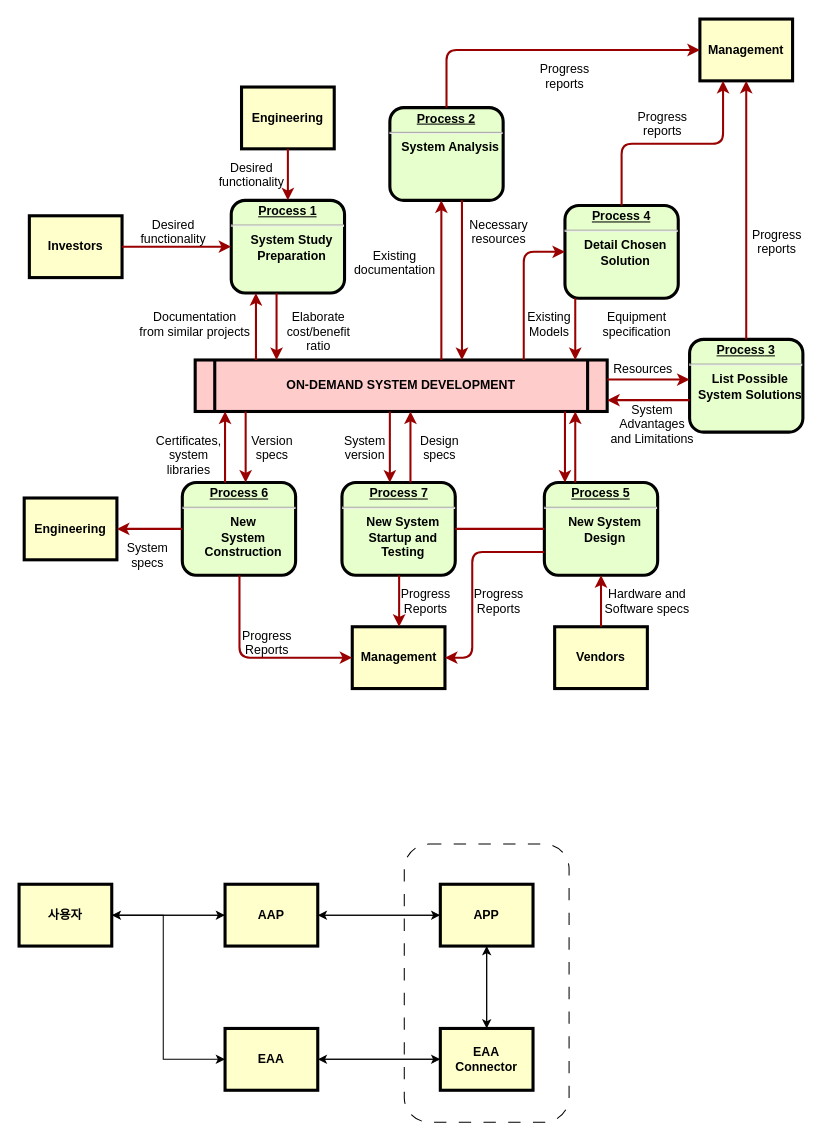
Above: giosis.drawio in hanj0415/draw.io (draw.io), before the change. Source tidied: cells renumbered, new cells numbered last; positions are measured from the earlier drawing's top-left corner, leaving out a move shared by most shapes. Both pictures are drawn from the tidied source at 103%, with x=0, y=0 at pixel (19, 19).
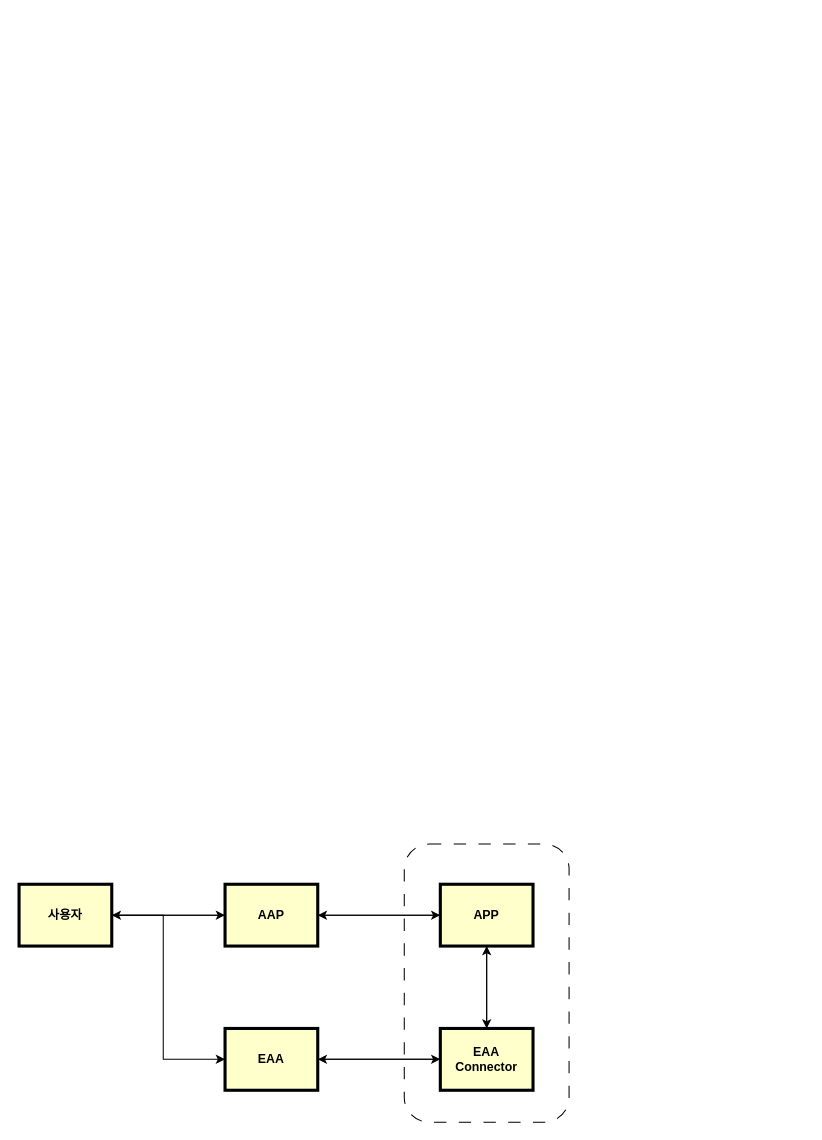
The same diagram, later.

Diff of the diagram source:
```diff
@@
-    <mxCell id="3" value="&lt;p style=&quot;margin: 0px; margin-top: 4px; text-align: center; text-decoration: underline;&quot;&gt;&lt;strong&gt;Process 1&lt;br /&gt;&lt;/strong&gt;&lt;/p&gt;&lt;hr /&gt;&lt;p style=&quot;margin: 0px; margin-left: 8px;&quot;&gt;System Study&lt;/p&gt;&lt;p style=&quot;margin: 0px; margin-left: 8px;&quot;&gt;Preparation&lt;/p&gt;" style="verticalAlign=middle;align=center;overflow=fill;fontSize=12;fontFamily=Helvetica;html=1;rounded=1;fontStyle=1;strokeWidth=3;fillColor=#E6FFCC;" parent="1" vertex="1">
-      <mxGeometry x="206" y="176" width="110" height="90" as="geometry" />
-    </mxCell>
-    <mxCell id="4" value="Engineering" style="whiteSpace=wrap;align=center;verticalAlign=middle;fontStyle=1;strokeWidth=3;fillColor=#FFFFCC;" parent="1" vertex="1">
-      <mxGeometry x="216" y="66" width="90" height="60" as="geometry" />
-    </mxCell>
-    <mxCell id="5" value="Investors" style="whiteSpace=wrap;align=center;verticalAlign=middle;fontStyle=1;strokeWidth=3;fillColor=#FFFFCC;" parent="1" vertex="1">
-      <mxGeometry x="10" y="191" width="90" height="60" as="geometry" />
-    </mxCell>
-    <mxCell id="6" value="ON-DEMAND SYSTEM DEVELOPMENT" style="shape=process;whiteSpace=wrap;align=center;verticalAlign=middle;size=0.0475;fontStyle=1;strokeWidth=3;fillColor=#FFCCCC;" parent="1" vertex="1">
-      <mxGeometry x="171" y="331" width="400" height="50" as="geometry" />
-    </mxCell>
-    <mxCell id="7" value="&lt;p style=&quot;margin: 0px; margin-top: 4px; text-align: center; text-decoration: underline;&quot;&gt;&lt;strong&gt;Process 2&lt;br /&gt;&lt;/strong&gt;&lt;/p&gt;&lt;hr /&gt;&lt;p style=&quot;margin: 0px; margin-left: 8px;&quot;&gt;System Analysis&lt;/p&gt;" style="verticalAlign=middle;align=center;overflow=fill;fontSize=12;fontFamily=Helvetica;html=1;rounded=1;fontStyle=1;strokeWidth=3;fillColor=#E6FFCC;" parent="1" vertex="1">
-      <mxGeometry x="360" y="86" width="110" height="90" as="geometry" />
-    </mxCell>
-    <mxCell id="8" value="&lt;p style=&quot;margin: 0px; margin-top: 4px; text-align: center; text-decoration: underline;&quot;&gt;&lt;strong&gt;&lt;strong&gt;Process&lt;/strong&gt; 3&lt;br /&gt;&lt;/strong&gt;&lt;/p&gt;&lt;hr /&gt;&lt;p style=&quot;margin: 0px; margin-left: 8px;&quot;&gt;List Possible&lt;/p&gt;&lt;p style=&quot;margin: 0px; margin-left: 8px;&quot;&gt;System Solutions&lt;/p&gt;" style="verticalAlign=middle;align=center;overflow=fill;fontSize=12;fontFamily=Helvetica;html=1;rounded=1;fontStyle=1;strokeWidth=3;fillColor=#E6FFCC;" parent="1" vertex="1">
-      <mxGeometry x="651" y="311" width="110" height="90" as="geometry" />
-    </mxCell>
-    <mxCell id="9" value="&lt;p style=&quot;margin: 0px; margin-top: 4px; text-align: center; text-decoration: underline;&quot;&gt;&lt;strong&gt;&lt;strong&gt;Process&lt;/strong&gt; 4&lt;br /&gt;&lt;/strong&gt;&lt;/p&gt;&lt;hr /&gt;&lt;p style=&quot;margin: 0px; margin-left: 8px;&quot;&gt;Detail Chosen&lt;/p&gt;&lt;p style=&quot;margin: 0px; margin-left: 8px;&quot;&gt;Solution&lt;/p&gt;" style="verticalAlign=middle;align=center;overflow=fill;fontSize=12;fontFamily=Helvetica;html=1;rounded=1;fontStyle=1;strokeWidth=3;fillColor=#E6FFCC;" parent="1" vertex="1">
-      <mxGeometry x="530" y="181" width="110" height="90" as="geometry" />
-    </mxCell>
-    <mxCell id="10" value="&lt;p style=&quot;margin: 0px; margin-top: 4px; text-align: center; text-decoration: underline;&quot;&gt;&lt;strong&gt;&lt;strong&gt;Process&lt;/strong&gt; 5&lt;br /&gt;&lt;/strong&gt;&lt;/p&gt;&lt;hr /&gt;&lt;p style=&quot;margin: 0px; margin-left: 8px;&quot;&gt;New System&lt;/p&gt;&lt;p style=&quot;margin: 0px; margin-left: 8px;&quot;&gt;Design&lt;/p&gt;" style="verticalAlign=middle;align=center;overflow=fill;fontSize=12;fontFamily=Helvetica;html=1;rounded=1;fontStyle=1;strokeWidth=3;fillColor=#E6FFCC;" parent="1" vertex="1">
-      <mxGeometry x="510" y="450" width="110" height="90" as="geometry" />
-    </mxCell>
-    <mxCell id="11" value="&lt;p style=&quot;margin: 0px; margin-top: 4px; text-align: center; text-decoration: underline;&quot;&gt;&lt;strong&gt;&lt;strong&gt;Process&lt;/strong&gt; 6&lt;br /&gt;&lt;/strong&gt;&lt;/p&gt;&lt;hr /&gt;&lt;p style=&quot;margin: 0px; margin-left: 8px;&quot;&gt;New&lt;/p&gt;&lt;p style=&quot;margin: 0px; margin-left: 8px;&quot;&gt;System&lt;/p&gt;&lt;p style=&quot;margin: 0px; margin-left: 8px;&quot;&gt;Construction&lt;/p&gt;" style="verticalAlign=middle;align=center;overflow=fill;fontSize=12;fontFamily=Helvetica;html=1;rounded=1;fontStyle=1;strokeWidth=3;fillColor=#E6FFCC;" parent="1" vertex="1">
-      <mxGeometry x="158.5" y="450" width="110" height="90" as="geometry" />
-    </mxCell>
-    <mxCell id="12" value="Management" style="whiteSpace=wrap;align=center;verticalAlign=middle;fontStyle=1;strokeWidth=3;fillColor=#FFFFCC;" parent="1" vertex="1">
-      <mxGeometry x="661" width="90" height="60" as="geometry" />
-    </mxCell>
-    <mxCell id="13" value="Management" style="whiteSpace=wrap;align=center;verticalAlign=middle;fontStyle=1;strokeWidth=3;fillColor=#FFFFCC;" parent="1" vertex="1">
-      <mxGeometry x="323.5" y="590" width="90" height="60" as="geometry" />
-    </mxCell>
-    <mxCell id="14" value="Engineering" style="whiteSpace=wrap;align=center;verticalAlign=middle;fontStyle=1;strokeWidth=3;fillColor=#FFFFCC;" parent="1" vertex="1">
-      <mxGeometry x="5" y="465" width="90" height="60" as="geometry" />
-    </mxCell>
-    <mxCell id="15" value="Vendors" style="whiteSpace=wrap;align=center;verticalAlign=middle;fontStyle=1;strokeWidth=3;fillColor=#FFFFCC;" parent="1" vertex="1">
-      <mxGeometry x="520" y="590" width="90" height="60" as="geometry" />
-    </mxCell>
-    <mxCell id="16" style="edgeStyle=none;noEdgeStyle=1;strokeColor=#990000;strokeWidth=2;" parent="1" edge="1" source="4" target="3">
-      <mxGeometry relative="1" as="geometry" />
-    </mxCell>
-    <mxCell id="17" style="edgeStyle=none;noEdgeStyle=1;strokeColor=#990000;strokeWidth=2;" parent="1" edge="1" source="5" target="3">
-      <mxGeometry relative="1" as="geometry" />
-    </mxCell>
-    <mxCell id="18" value="&lt;p style=&quot;margin: 0px; margin-top: 4px; text-align: center; text-decoration: underline;&quot;&gt;&lt;strong&gt;&lt;strong&gt;Process&lt;/strong&gt; 7&lt;br /&gt;&lt;/strong&gt;&lt;/p&gt;&lt;hr /&gt;&lt;p style=&quot;margin: 0px; margin-left: 8px;&quot;&gt;New System&lt;/p&gt;&lt;p style=&quot;margin: 0px; margin-left: 8px;&quot;&gt;Startup and&lt;/p&gt;&lt;p style=&quot;margin: 0px; margin-left: 8px;&quot;&gt;Testing&lt;/p&gt;" style="verticalAlign=middle;align=center;overflow=fill;fontSize=12;fontFamily=Helvetica;html=1;rounded=1;fontStyle=1;strokeWidth=3;fillColor=#E6FFCC;" parent="1" vertex="1">
-      <mxGeometry x="313.5" y="450" width="110" height="90" as="geometry" />
-    </mxCell>
-    <mxCell id="19" style="endArrow=none;noEdgeStyle=1;strokeColor=#990000;strokeWidth=2;" parent="1" edge="1" source="10" target="18">
-      <mxGeometry relative="1" as="geometry" />
-    </mxCell>
-    <mxCell id="20" value="Desired &#10;functionality" style="text;spacingTop=-5;align=center;" parent="1" vertex="1">
-      <mxGeometry x="135" y="191" width="30" height="20" as="geometry" />
-    </mxCell>
-    <mxCell id="21" value="Desired &#10;functionality" style="text;spacingTop=-5;align=center;" parent="1" vertex="1">
-      <mxGeometry x="211" y="136" width="30" height="20" as="geometry" />
-    </mxCell>
-    <mxCell id="22" value="Documentation&#10;from similar projects" style="text;spacingTop=-5;align=center;" parent="1" vertex="1">
-      <mxGeometry x="156" y="281" width="30" height="20" as="geometry" />
-    </mxCell>
-    <mxCell id="23" style="edgeStyle=elbowEdgeStyle;elbow=horizontal;strokeColor=#990000;strokeWidth=2;" parent="1" edge="1" source="6" target="3">
-      <mxGeometry relative="1" as="geometry">
-        <Array as="points">
-          <mxPoint x="230" y="310" />
-        </Array>
-      </mxGeometry>
-    </mxCell>
-    <mxCell id="24" style="edgeStyle=elbowEdgeStyle;elbow=horizontal;strokeColor=#990000;strokeWidth=2;" parent="1" edge="1" source="3" target="6">
-      <mxGeometry relative="1" as="geometry">
-        <Array as="points">
-          <mxPoint x="250" y="300" />
-        </Array>
-      </mxGeometry>
-    </mxCell>
-    <mxCell id="25" value="Elaborate&#10;cost/benefit&#10;ratio" style="text;spacingTop=-5;align=center;" parent="1" vertex="1">
-      <mxGeometry x="276" y="281" width="30" height="20" as="geometry" />
-    </mxCell>
-    <mxCell id="26" style="edgeStyle=elbowEdgeStyle;elbow=horizontal;strokeColor=#990000;strokeWidth=2;" parent="1" edge="1" source="6" target="7">
-      <mxGeometry relative="1" as="geometry">
-        <Array as="points">
-          <mxPoint x="410" y="250" />
-        </Array>
-      </mxGeometry>
-    </mxCell>
-    <mxCell id="27" style="edgeStyle=elbowEdgeStyle;elbow=horizontal;strokeColor=#990000;strokeWidth=2;" parent="1" edge="1" source="7" target="6">
-      <mxGeometry relative="1" as="geometry">
-        <Array as="points">
-          <mxPoint x="430" y="260" />
-        </Array>
-      </mxGeometry>
-    </mxCell>
-    <mxCell id="28" value="Existing&#10;documentation" style="text;spacingTop=-5;align=center;" parent="1" vertex="1">
-      <mxGeometry x="350" y="221" width="30" height="20" as="geometry" />
-    </mxCell>
-    <mxCell id="29" value="Necessary&#10;resources" style="text;spacingTop=-5;align=center;" parent="1" vertex="1">
-      <mxGeometry x="451" y="191" width="30" height="20" as="geometry" />
-    </mxCell>
-    <mxCell id="30" value="Progress&#10;reports" style="text;spacingTop=-5;align=center;" parent="1" vertex="1">
-      <mxGeometry x="515" y="40" width="30" height="20" as="geometry" />
-    </mxCell>
-    <mxCell id="31" value="Progress&#10;reports" style="text;spacingTop=-5;align=center;" parent="1" vertex="1">
-      <mxGeometry x="610" y="86" width="30" height="20" as="geometry" />
-    </mxCell>
-    <mxCell id="32" value="Progress&#10;reports" style="text;spacingTop=-5;align=center;" parent="1" vertex="1">
-      <mxGeometry x="721" y="201" width="30" height="20" as="geometry" />
-    </mxCell>
-    <mxCell id="33" style="edgeStyle=elbowEdgeStyle;elbow=horizontal;strokeColor=#990000;strokeWidth=2;" parent="1" edge="1" source="7" target="12">
-      <mxGeometry relative="1" as="geometry">
-        <Array as="points">
-          <mxPoint x="415" y="80" />
-        </Array>
-      </mxGeometry>
-    </mxCell>
-    <mxCell id="34" style="edgeStyle=elbowEdgeStyle;elbow=vertical;entryX=0.25;entryY=1;strokeColor=#990000;strokeWidth=2;" parent="1" edge="1" source="9" target="12">
-      <mxGeometry relative="1" as="geometry" />
-    </mxCell>
-    <mxCell id="35" style="edgeStyle=elbowEdgeStyle;elbow=horizontal;strokeColor=#990000;strokeWidth=2;" parent="1" edge="1" source="8" target="12">
-      <mxGeometry relative="1" as="geometry" />
-    </mxCell>
-    <mxCell id="36" style="edgeStyle=elbowEdgeStyle;elbow=horizontal;strokeColor=#990000;strokeWidth=2;" parent="1" edge="1" source="9" target="6">
-      <mxGeometry relative="1" as="geometry">
-        <Array as="points">
-          <mxPoint x="540" y="300" />
-        </Array>
-      </mxGeometry>
-    </mxCell>
-    <mxCell id="37" style="edgeStyle=segmentEdgeStyle;strokeColor=#990000;strokeWidth=2;" parent="1" edge="1" source="6" target="9">
-      <mxGeometry relative="1" as="geometry">
-        <Array as="points">
-          <mxPoint x="490" y="226" />
-        </Array>
-      </mxGeometry>
-    </mxCell>
-    <mxCell id="38" value="Existing&#10;Models" style="text;spacingTop=-5;align=center;" parent="1" vertex="1">
-      <mxGeometry x="500" y="281" width="30" height="20" as="geometry" />
-    </mxCell>
-    <mxCell id="39" value="Equipment&#10;specification" style="text;spacingTop=-5;align=center;" parent="1" vertex="1">
-      <mxGeometry x="585" y="281" width="30" height="20" as="geometry" />
-    </mxCell>
-    <mxCell id="40" style="edgeStyle=elbowEdgeStyle;elbow=vertical;strokeColor=#990000;strokeWidth=2;" parent="1" edge="1" source="6" target="8">
-      <mxGeometry relative="1" as="geometry">
-        <Array as="points">
-          <mxPoint x="620" y="350" />
-        </Array>
-      </mxGeometry>
-    </mxCell>
-    <mxCell id="41" style="edgeStyle=elbowEdgeStyle;elbow=vertical;strokeColor=#990000;strokeWidth=2;" parent="1" edge="1" source="8" target="6">
-      <mxGeometry relative="1" as="geometry">
-        <Array as="points">
-          <mxPoint x="620" y="370" />
-        </Array>
-      </mxGeometry>
-    </mxCell>
-    <mxCell id="42" value="Resources" style="text;spacingTop=-5;align=center;" parent="1" vertex="1">
-      <mxGeometry x="591" y="331" width="30" height="20" as="geometry" />
-    </mxCell>
-    <mxCell id="43" value="System &#10;Advantages &#10;and Limitations" style="text;spacingTop=-5;align=center;" parent="1" vertex="1">
-      <mxGeometry x="600" y="371" width="30" height="20" as="geometry" />
-    </mxCell>
-    <mxCell id="44" style="edgeStyle=elbowEdgeStyle;elbow=horizontal;strokeColor=#990000;strokeWidth=2;" parent="1" edge="1" source="10" target="6">
-      <mxGeometry relative="1" as="geometry">
-        <Array as="points">
-          <mxPoint x="540" y="410" />
-        </Array>
-      </mxGeometry>
-    </mxCell>
-    <mxCell id="45" style="edgeStyle=elbowEdgeStyle;elbow=horizontal;strokeColor=#990000;strokeWidth=2;" parent="1" edge="1" source="6" target="10">
-      <mxGeometry relative="1" as="geometry">
-        <Array as="points">
-          <mxPoint x="530" y="420" />
-        </Array>
-      </mxGeometry>
-    </mxCell>
-    <mxCell id="46" style="edgeStyle=elbowEdgeStyle;elbow=horizontal;strokeColor=#990000;strokeWidth=2;" parent="1" edge="1" source="15" target="10">
-      <mxGeometry relative="1" as="geometry" />
-    </mxCell>
-    <mxCell id="47" value="Hardware and&#10;Software specs" style="text;spacingTop=-5;align=center;" parent="1" vertex="1">
-      <mxGeometry x="595" y="550" width="30" height="20" as="geometry" />
-    </mxCell>
-    <mxCell id="48" style="edgeStyle=elbowEdgeStyle;elbow=horizontal;exitX=0;exitY=0.75;strokeColor=#990000;strokeWidth=2;" parent="1" edge="1" source="10" target="13">
-      <mxGeometry relative="1" as="geometry">
-        <Array as="points">
-          <mxPoint x="440" y="570" />
-        </Array>
-      </mxGeometry>
-    </mxCell>
-    <mxCell id="49" value="Progress&#10;Reports" style="text;spacingTop=-5;align=center;" parent="1" vertex="1">
-      <mxGeometry x="451" y="550" width="30" height="20" as="geometry" />
-    </mxCell>
-    <mxCell id="50" style="edgeStyle=elbowEdgeStyle;elbow=horizontal;strokeColor=#990000;strokeWidth=2;" parent="1" edge="1" source="18" target="13">
-      <mxGeometry relative="1" as="geometry" />
-    </mxCell>
-    <mxCell id="51" value="Progress&#10;Reports" style="text;spacingTop=-5;align=center;" parent="1" vertex="1">
-      <mxGeometry x="380" y="550" width="30" height="20" as="geometry" />
-    </mxCell>
-    <mxCell id="52" style="edgeStyle=elbowEdgeStyle;elbow=horizontal;strokeColor=#990000;strokeWidth=2;" parent="1" edge="1" source="11" target="13">
-      <mxGeometry relative="1" as="geometry">
-        <Array as="points">
-          <mxPoint x="214" y="570" />
-        </Array>
-      </mxGeometry>
-    </mxCell>
-    <mxCell id="53" value="Progress&#10;Reports" style="text;spacingTop=-5;align=center;" parent="1" vertex="1">
-      <mxGeometry x="226" y="590" width="30" height="20" as="geometry" />
-    </mxCell>
-    <mxCell id="54" style="edgeStyle=elbowEdgeStyle;elbow=vertical;strokeColor=#990000;strokeWidth=2;" parent="1" edge="1" source="11" target="14">
-      <mxGeometry relative="1" as="geometry" />
-    </mxCell>
-    <mxCell id="55" style="edgeStyle=elbowEdgeStyle;elbow=horizontal;strokeColor=#990000;strokeWidth=2;" parent="1" edge="1" source="6" target="18">
-      <mxGeometry relative="1" as="geometry">
-        <Array as="points">
-          <mxPoint x="360" y="410" />
-        </Array>
-      </mxGeometry>
-    </mxCell>
-    <mxCell id="56" style="edgeStyle=elbowEdgeStyle;elbow=horizontal;strokeColor=#990000;strokeWidth=2;" parent="1" edge="1" source="18" target="6">
-      <mxGeometry relative="1" as="geometry">
-        <Array as="points">
-          <mxPoint x="380" y="410" />
-        </Array>
-      </mxGeometry>
-    </mxCell>
-    <mxCell id="57" value="Version&#10;specs" style="text;spacingTop=-5;align=center;" parent="1" vertex="1">
-      <mxGeometry x="231" y="401" width="30" height="20" as="geometry" />
-    </mxCell>
-    <mxCell id="58" value="Certificates,&#10;system&#10;libraries" style="text;spacingTop=-5;align=center;" parent="1" vertex="1">
-      <mxGeometry x="150" y="401" width="30" height="20" as="geometry" />
-    </mxCell>
-    <mxCell id="59" style="edgeStyle=elbowEdgeStyle;elbow=horizontal;strokeColor=#990000;strokeWidth=2;" parent="1" edge="1" source="6" target="11">
-      <mxGeometry relative="1" as="geometry">
-        <Array as="points">
-          <mxPoint x="220" y="410" />
-        </Array>
-      </mxGeometry>
-    </mxCell>
-    <mxCell id="60" style="edgeStyle=elbowEdgeStyle;elbow=horizontal;strokeColor=#990000;strokeWidth=2;" parent="1" edge="1" source="11" target="6">
-      <mxGeometry relative="1" as="geometry">
-        <Array as="points">
-          <mxPoint x="200" y="410" />
-        </Array>
-      </mxGeometry>
-    </mxCell>
-    <mxCell id="61" value="System&#10;specs" style="text;spacingTop=-5;align=center;" parent="1" vertex="1">
-      <mxGeometry x="110" y="505" width="30" height="20" as="geometry" />
-    </mxCell>
-    <mxCell id="62" value="Design&#10;specs" style="text;spacingTop=-5;align=center;" parent="1" vertex="1">
-      <mxGeometry x="393.5" y="401" width="30" height="20" as="geometry" />
-    </mxCell>
-    <mxCell id="63" value="System&#10;version" style="text;spacingTop=-5;align=center;" parent="1" vertex="1">
-      <mxGeometry x="321" y="401" width="30" height="20" as="geometry" />
-    </mxCell>
```
